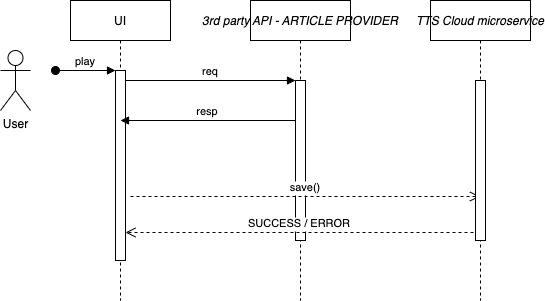
Earlier version of the draw.io export img/tts-backend-flow-diagram.png (delose/tts-cloud). Source tidied: cells renumbered, new cells last; positions are measured from the earlier drawing's top-left corner, leaving out a move shared by most shapes.
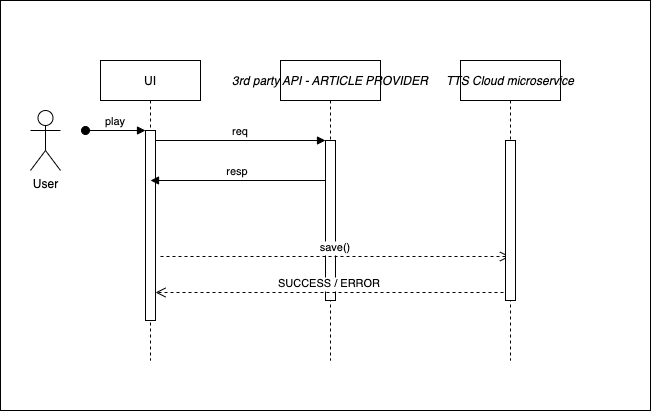
The same file after the commit.

The edit, as a diff of the source:
```diff
@@ -2,6 +2,9 @@
   <root>
     <mxCell id="0" />
     <mxCell id="1" parent="0" />
+    <mxCell id="14" style="rounded=0;whiteSpace=wrap;html=1;" parent="1" vertex="1">
+      <mxGeometry x="-30" y="-60" width="650" height="410" as="geometry" />
+    </mxCell>
     <mxCell id="2" value="UI" style="shape=umlLifeline;perimeter=lifelinePerimeter;rounded=0;shadow=0;strokeWidth=1;" parent="1" vertex="1">
       <mxGeometry x="70" width="100" height="300" as="geometry" />
     </mxCell>
```
